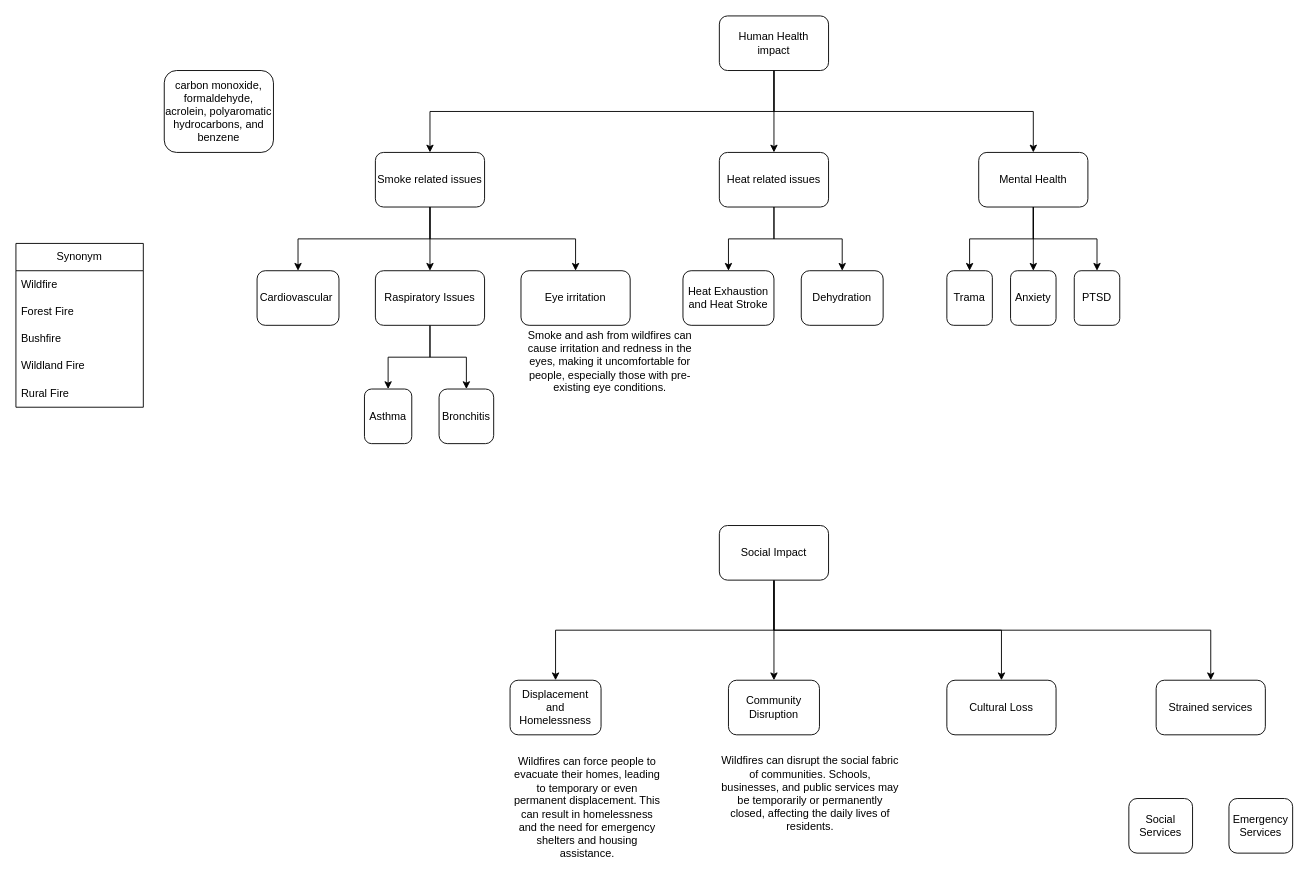
Earlier version of the draw.io diagram wildfire.drawio (cld4h/draw.io-documents). Source tidied: cells renumbered, new cells numbered last; positions are measured from the earlier drawing's top-left corner, leaving out a move shared by most shapes. Both pictures are drawn from the tidied source at 91%, with x=0, y=0 at pixel (15, 15).
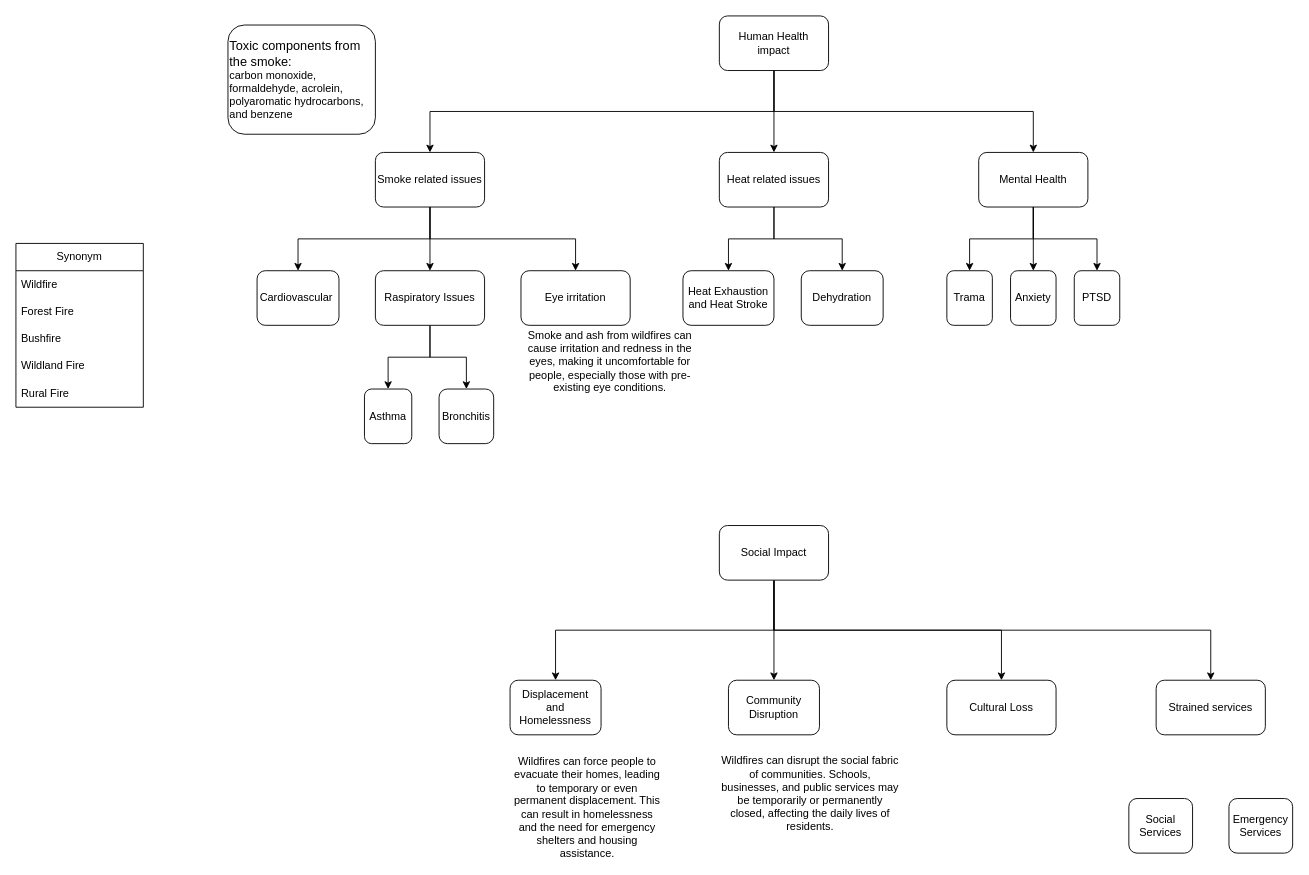
The same diagram, later.

Diff of the diagram source:
```diff
@@
-    <mxCell id="49" value="carbon monoxide, formaldehyde, acrolein, polyaromatic hydrocarbons, and benzene" style="rounded=1;whiteSpace=wrap;html=1;" parent="1" vertex="1">
-      <mxGeometry x="163" y="60" width="120" height="90" as="geometry" />
+    <mxCell id="49" value="&lt;font style=&quot;font-size: 14px;&quot;&gt;Toxic components from the smoke:&lt;/font&gt;&lt;br&gt;carbon monoxide, formaldehyde, acrolein, polyaromatic hydrocarbons, and benzene" style="rounded=1;whiteSpace=wrap;html=1;align=left;" parent="1" vertex="1">
+      <mxGeometry x="233" y="10" width="162" height="120" as="geometry" />
     </mxCell>
```
